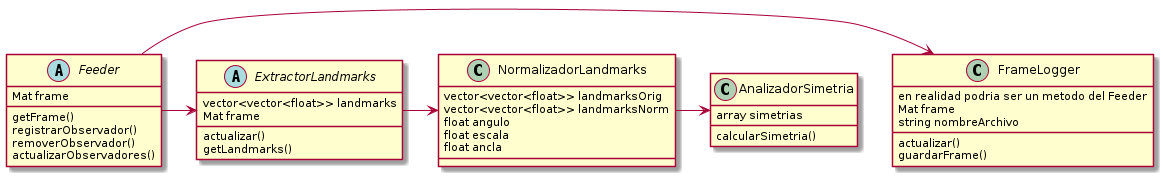
agustinavila/ProyectoVision keeps this PlantUML diagram as Diagrama/proyectoVision.png. Above is the earlier version.
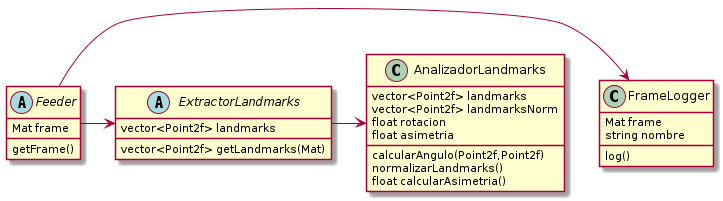
The same diagram one commit later.

The edit, as a diff of the source:
```diff
@@ -1,20 +1,14 @@
 @startuml proyectoVision
 
 abstract class Feeder{
-
 	Mat frame
 	getFrame()
-	registrarObservador()
-	removerObservador()
-	actualizarObservadores()
 }
 
 class FrameLogger{
-	en realidad podria ser un metodo del Feeder
 	Mat frame
-	string nombreArchivo
-	actualizar()
-	guardarFrame()
+	string nombre
+	log()
 }
 Feeder -> FrameLogger
 
@@ -22,27 +16,19 @@
 
 abstract class ExtractorLandmarks{
 
-	vector<vector<float>> landmarks
-	Mat frame
-	actualizar()
-	getLandmarks()
+	vector<Point2f> landmarks
+	vector<Point2f> getLandmarks(Mat)
 }
 
-ExtractorLandmarks->NormalizadorLandmarks
+ExtractorLandmarks->AnalizadorLandmarks
 
-class NormalizadorLandmarks{
-	vector<vector<float>> landmarksOrig
-	vector<vector<float>> landmarksNorm
-	float angulo
-	float escala
-	float ancla
+class AnalizadorLandmarks{
+	vector<Point2f> landmarks
+	vector<Point2f> landmarksNorm
+	float rotacion
+	float asimetria
+	calcularAngulo(Point2f,Point2f)
+	normalizarLandmarks()
+	float calcularAsimetria()
 }
-
-class AnalizadorSimetria{
-array simetrias
-calcularSimetria()
-}
-
-NormalizadorLandmarks -> AnalizadorSimetria
-
 @enduml
```
